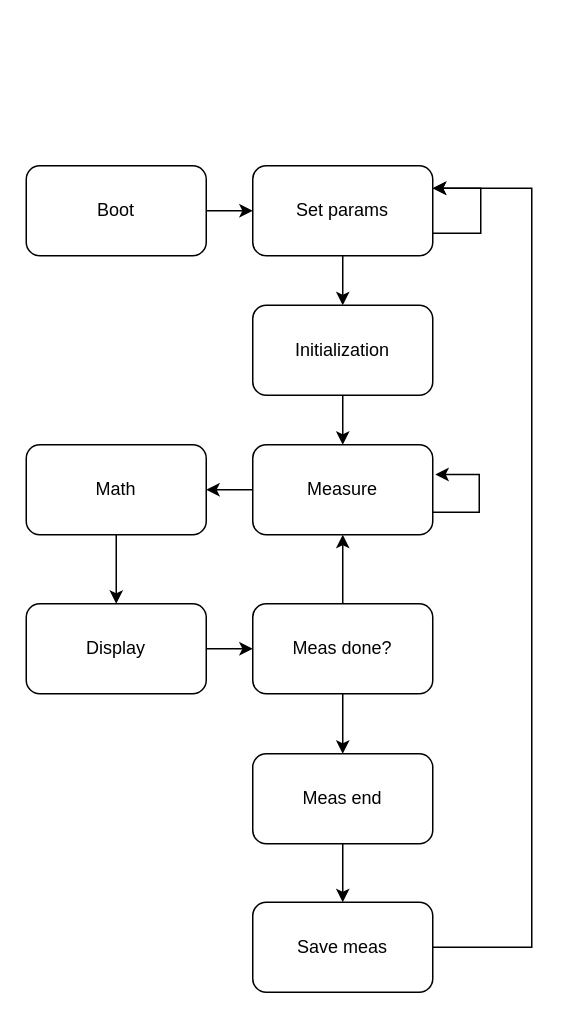
This is Diagram/blokovy_diagram.drawio from omichalcik/Temperature_measurement, a draw.io file, before an edit. Source tidied: cells renumbered, new cells numbered last; positions are measured from the earlier drawing's top-left corner, leaving out a move shared by most shapes. Both pictures are drawn from the tidied source at 150%, with x=0, y=0 at pixel (26, 165).
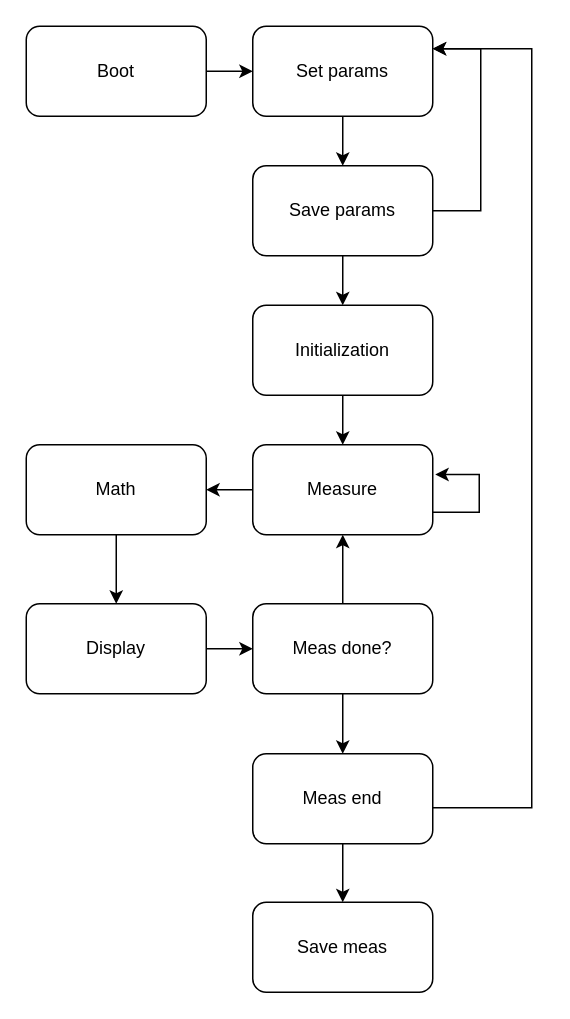
Above is the later version.

The change refers to these unchanged cells:
```xml
<mxCell id="22" value="Save meas" style="rounded=1;whiteSpace=wrap;html=1;" parent="1" vertex="1">
  <mxGeometry x="151" y="491" width="120" height="60" as="geometry" />
</mxCell>
```

Change to the diagram source:
```diff
@@
-    <mxCell id="2" style="edgeStyle=orthogonalEdgeStyle;rounded=0;jettySize=auto;html=1;exitX=1;exitY=0.5;exitDx=0;exitDy=0;entryX=0;entryY=0.5;entryDx=0;entryDy=0;" parent="1" edge="1" source="3" target="6">
-      <mxGeometry relative="1" as="geometry" />
-    </mxCell>
-    <mxCell id="3" value="Boot" style="rounded=1;whiteSpace=wrap;html=1;" parent="1" vertex="1">
-      <mxGeometry width="120" height="60" as="geometry" />
-    </mxCell>
-    <mxCell id="4" style="edgeStyle=orthogonalEdgeStyle;rounded=0;orthogonalLoop=1;jettySize=auto;html=1;exitX=1;exitY=0.75;exitDx=0;exitDy=0;entryX=1;entryY=0.25;entryDx=0;entryDy=0;" parent="1" edge="1" source="6" target="6">
+    <mxCell id="4" style="edgeStyle=orthogonalEdgeStyle;rounded=0;jettySize=auto;html=1;exitX=1;exitY=0.5;exitDx=0;exitDy=0;entryX=1;entryY=0.25;entryDx=0;entryDy=0;" parent="1" edge="1" source="6">
       <mxGeometry relative="1" as="geometry">
+        <mxPoint x="271" y="-78" as="targetPoint" />
         <Array as="points">
-          <mxPoint x="303" y="45" />
-          <mxPoint x="303" y="15" />
+          <mxPoint x="303" y="30" />
+          <mxPoint x="303" y="-78" />
         </Array>
       </mxGeometry>
     </mxCell>
@@
-    <mxCell id="6" value="Set params" style="rounded=1;whiteSpace=wrap;html=1;" parent="1" vertex="1">
+    <mxCell id="6" value="Save params" style="rounded=1;whiteSpace=wrap;html=1;" parent="1" vertex="1">
       <mxGeometry x="151" width="120" height="60" as="geometry" />
     </mxCell>
@@
-    <mxCell id="21" style="edgeStyle=orthogonalEdgeStyle;rounded=0;jettySize=auto;html=1;exitX=1;exitY=0.5;exitDx=0;exitDy=0;entryX=1;entryY=0.25;entryDx=0;entryDy=0;" parent="1" edge="1" source="22" target="6">
+    <mxCell id="21" style="edgeStyle=orthogonalEdgeStyle;rounded=0;orthogonalLoop=1;jettySize=auto;html=1;exitX=1;exitY=0.5;exitDx=0;exitDy=0;entryX=1;entryY=0.25;entryDx=0;entryDy=0;" parent="1" edge="1">
       <mxGeometry relative="1" as="geometry">
+        <mxPoint x="271" y="428" as="sourcePoint" />
+        <mxPoint x="271" y="-78" as="targetPoint" />
         <Array as="points">
-          <mxPoint x="337" y="521" />
-          <mxPoint x="337" y="15" />
+          <mxPoint x="337" y="428" />
+          <mxPoint x="337" y="-78" />
         </Array>
       </mxGeometry>
     </mxCell>
@@
+    <mxCell id="23" style="edgeStyle=orthogonalEdgeStyle;rounded=0;jettySize=auto;html=1;exitX=1;exitY=0.5;exitDx=0;exitDy=0;entryX=0;entryY=0.5;entryDx=0;entryDy=0;" parent="1" edge="1" source="3" target="25">
+      <mxGeometry relative="1" as="geometry" />
+    </mxCell>
+    <mxCell id="3" value="Boot" style="rounded=1;whiteSpace=wrap;html=1;" parent="1" vertex="1">
+      <mxGeometry y="-93" width="120" height="60" as="geometry" />
+    </mxCell>
+    <mxCell id="24" style="edgeStyle=orthogonalEdgeStyle;rounded=0;jettySize=auto;html=1;exitX=0.5;exitY=1;exitDx=0;exitDy=0;entryX=0.5;entryY=0;entryDx=0;entryDy=0;" parent="1" edge="1" source="25">
+      <mxGeometry relative="1" as="geometry">
+        <mxPoint x="211" as="targetPoint" />
+      </mxGeometry>
+    </mxCell>
+    <mxCell id="25" value="Set params" style="rounded=1;whiteSpace=wrap;html=1;" parent="1" vertex="1">
+      <mxGeometry x="151" y="-93" width="120" height="60" as="geometry" />
+    </mxCell>
```
